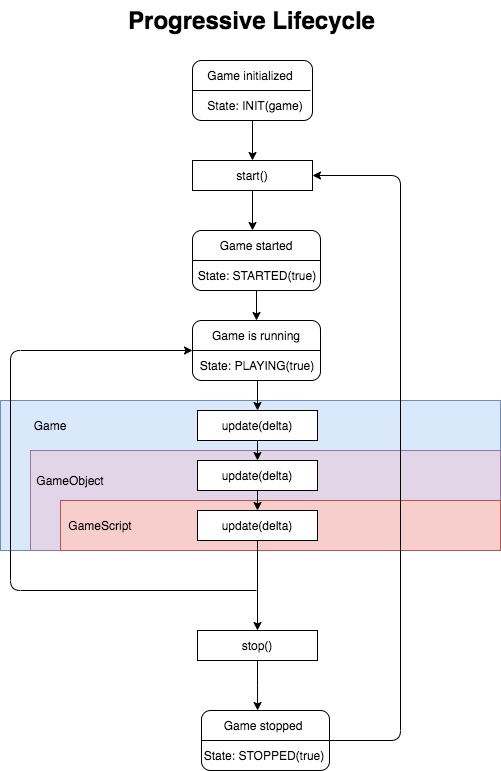
The draw.io diagram Progressive lifecycle.png in CrissNamon/progressive, before a commit. Source tidied: cells renumbered, new cells last; positions are measured from the earlier drawing's top-left corner, leaving out a move shared by most shapes.
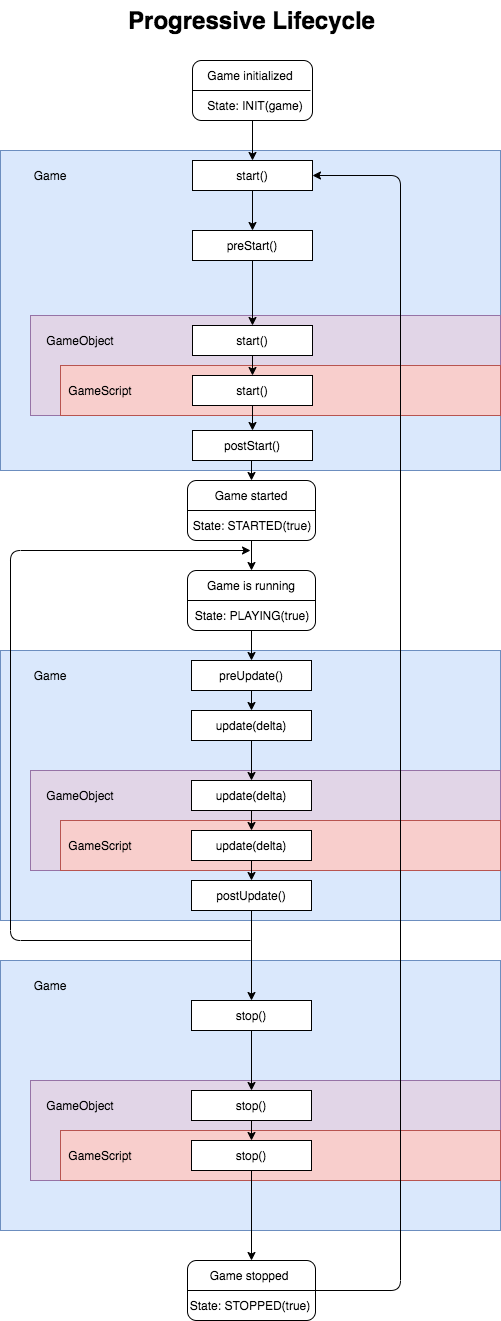
After the change.

Commit message:
Added stop() to GameObject and GameScript

Change to the diagram source:
```diff
@@ -2,14 +2,20 @@
   <root>
     <mxCell id="0" />
     <mxCell id="1" parent="0" />
+    <mxCell id="40" style="rounded=0;whiteSpace=wrap;html=1;fillColor=#dae8fc;strokeColor=#6c8ebf;" parent="1" vertex="1">
+      <mxGeometry y="960" width="500" height="270" as="geometry" />
+    </mxCell>
+    <mxCell id="41" style="rounded=0;whiteSpace=wrap;html=1;fillColor=#dae8fc;strokeColor=#6c8ebf;" parent="1" vertex="1">
+      <mxGeometry y="150" width="500" height="320" as="geometry" />
+    </mxCell>
     <mxCell id="2" style="rounded=0;whiteSpace=wrap;html=1;fillColor=#dae8fc;strokeColor=#6c8ebf;" parent="1" vertex="1">
-      <mxGeometry y="400" width="500" height="150" as="geometry" />
+      <mxGeometry y="650" width="500" height="270" as="geometry" />
     </mxCell>
     <mxCell id="3" style="rounded=0;whiteSpace=wrap;html=1;fillColor=#e1d5e7;strokeColor=#9673a6;" parent="1" vertex="1">
-      <mxGeometry x="30" y="450" width="470" height="100" as="geometry" />
+      <mxGeometry x="30" y="770" width="470" height="100" as="geometry" />
     </mxCell>
     <mxCell id="4" style="rounded=0;whiteSpace=wrap;html=1;fillColor=#f8cecc;strokeColor=#b85450;" parent="1" vertex="1">
-      <mxGeometry x="60" y="500" width="440" height="50" as="geometry" />
+      <mxGeometry x="60" y="820" width="440" height="50" as="geometry" />
     </mxCell>
     <mxCell id="5" style="rounded=1;whiteSpace=wrap;html=1;" parent="1" vertex="1">
       <mxGeometry x="192" y="60" width="120" height="60" as="geometry" />
@@ -20,31 +26,15 @@
     <mxCell id="7" style="endArrow=classic;html=1;exitX=0.5;exitY=1;exitDx=0;exitDy=0;entryX=0.5;entryY=0;entryDx=0;entryDy=0;" parent="1" edge="1" source="5" target="6">
       <mxGeometry relative="1" as="geometry" />
     </mxCell>
-    <mxCell id="8" style="endArrow=classic;html=1;exitX=0.5;exitY=1;exitDx=0;exitDy=0;entryX=0.5;entryY=0;entryDx=0;entryDy=0;" parent="1" edge="1" source="6">
-      <mxGeometry relative="1" as="geometry">
-        <mxPoint x="252" y="230" as="targetPoint" />
-      </mxGeometry>
+    <mxCell id="8" style="endArrow=classic;html=1;exitX=0.5;exitY=1;exitDx=0;exitDy=0;entryX=0.5;entryY=0;entryDx=0;entryDy=0;" parent="1" edge="1" source="6" target="44">
+      <mxGeometry relative="1" as="geometry" />
     </mxCell>
-    <mxCell id="9" style="edgeStyle=orthogonalEdgeStyle;rounded=0;jettySize=auto;html=1;exitX=0.5;exitY=1;exitDx=0;exitDy=0;entryX=0.5;entryY=0;entryDx=0;entryDy=0;" parent="1" edge="1" source="10" target="34">
-      <mxGeometry relative="1" as="geometry" />
-    </mxCell>
+    <mxCell id="42" style="edgeStyle=orthogonalEdgeStyle;rounded=0;jettySize=auto;html=1;exitX=0.5;exitY=1;exitDx=0;exitDy=0;entryX=0.5;entryY=0;entryDx=0;entryDy=0;" parent="1" edge="1" source="10" target="58">
+      <mxGeometry relative="1" as="geometry" />
+    </mxCell>
-    <mxCell id="10" value="update(delta)" style="rounded=0;whiteSpace=wrap;html=1;" parent="1" vertex="1">
-      <mxGeometry x="197" y="410" width="120" height="30" as="geometry" />
+    <mxCell id="10" value="preUpdate()" style="rounded=0;whiteSpace=wrap;html=1;" parent="1" vertex="1">
+      <mxGeometry x="191" y="660" width="120" height="30" as="geometry" />
     </mxCell>
-    <mxCell id="11" style="edgeStyle=orthogonalEdgeStyle;rounded=0;jettySize=auto;html=1;exitX=0.5;exitY=1;exitDx=0;exitDy=0;entryX=0.438;entryY=0;entryDx=0;entryDy=0;entryPerimeter=0;" parent="1" edge="1" source="12" target="27">
-      <mxGeometry relative="1" as="geometry" />
-    </mxCell>
-    <mxCell id="12" value="stop()" style="rounded=0;whiteSpace=wrap;html=1;" parent="1" vertex="1">
-      <mxGeometry x="197" y="630" width="120" height="30" as="geometry" />
-    </mxCell>
-    <mxCell id="13" style="endArrow=classic;html=1;exitX=1;exitY=0.5;exitDx=0;exitDy=0;entryX=1;entryY=0.5;entryDx=0;entryDy=0;" parent="1" edge="1" source="27" target="6">
-      <mxGeometry relative="1" as="geometry">
-        <Array as="points">
-          <mxPoint x="400" y="740" />
-          <mxPoint x="400" y="175" />
-        </Array>
-      </mxGeometry>
-    </mxCell>
     <mxCell id="14" style="line;strokeWidth=1;html=1;" parent="1" vertex="1">
       <mxGeometry x="192" y="85" width="118" height="10" as="geometry" />
     </mxCell>
@@ -58,76 +48,169 @@
       <mxGeometry relative="1" as="geometry" />
     </mxCell>
     <mxCell id="18" style="rounded=1;whiteSpace=wrap;html=1;" parent="1" vertex="1">
-      <mxGeometry x="192" y="230" width="128" height="60" as="geometry" />
+      <mxGeometry x="187" y="480" width="128" height="60" as="geometry" />
     </mxCell>
     <mxCell id="19" style="line;strokeWidth=1;html=1;" parent="1" vertex="1">
-      <mxGeometry x="192" y="255" width="128" height="10" as="geometry" />
+      <mxGeometry x="187" y="505" width="128" height="10" as="geometry" />
     </mxCell>
     <mxCell id="20" value="Game started" style="text;html=1;strokeColor=none;fillColor=none;align=center;verticalAlign=middle;whiteSpace=wrap;rounded=0;" parent="1" vertex="1">
-      <mxGeometry x="201" y="235" width="110" height="20" as="geometry" />
+      <mxGeometry x="196" y="485" width="110" height="20" as="geometry" />
     </mxCell>
     <mxCell id="21" value="State: STARTED(true)" style="text;html=1;strokeColor=none;fillColor=none;align=center;verticalAlign=middle;whiteSpace=wrap;rounded=0;" parent="1" vertex="1">
-      <mxGeometry x="192" y="265" width="130" height="20" as="geometry" />
+      <mxGeometry x="187" y="515" width="130" height="20" as="geometry" />
     </mxCell>
     <mxCell id="22" style="edgeStyle=orthogonalEdgeStyle;rounded=0;jettySize=auto;html=1;exitX=0.5;exitY=1;exitDx=0;exitDy=0;entryX=0.5;entryY=0;entryDx=0;entryDy=0;" parent="1" edge="1" source="23" target="10">
       <mxGeometry relative="1" as="geometry" />
     </mxCell>
     <mxCell id="23" style="rounded=1;whiteSpace=wrap;html=1;" parent="1" vertex="1">
-      <mxGeometry x="192" y="320" width="128" height="60" as="geometry" />
+      <mxGeometry x="187" y="570" width="128" height="60" as="geometry" />
     </mxCell>
     <mxCell id="24" style="line;strokeWidth=1;html=1;" parent="1" vertex="1">
-      <mxGeometry x="192" y="345" width="128" height="10" as="geometry" />
+      <mxGeometry x="187" y="595" width="128" height="10" as="geometry" />
     </mxCell>
     <mxCell id="25" value="Game is running" style="text;html=1;strokeColor=none;fillColor=none;align=center;verticalAlign=middle;whiteSpace=wrap;rounded=0;" parent="1" vertex="1">
-      <mxGeometry x="201" y="325" width="110" height="20" as="geometry" />
+      <mxGeometry x="196" y="575" width="110" height="20" as="geometry" />
     </mxCell>
     <mxCell id="26" value="State: PLAYING(true)" style="text;html=1;strokeColor=none;fillColor=none;align=center;verticalAlign=middle;whiteSpace=wrap;rounded=0;" parent="1" vertex="1">
-      <mxGeometry x="192" y="355" width="130" height="20" as="geometry" />
+      <mxGeometry x="187" y="605" width="130" height="20" as="geometry" />
     </mxCell>
     <mxCell id="27" style="rounded=1;whiteSpace=wrap;html=1;" parent="1" vertex="1">
-      <mxGeometry x="201" y="710" width="128" height="60" as="geometry" />
+      <mxGeometry x="187" y="1260" width="128" height="60" as="geometry" />
     </mxCell>
     <mxCell id="28" style="line;strokeWidth=1;html=1;" parent="1" vertex="1">
-      <mxGeometry x="201" y="735" width="128" height="10" as="geometry" />
+      <mxGeometry x="187" y="1285" width="128" height="10" as="geometry" />
     </mxCell>
     <mxCell id="29" value="Game stopped" style="text;html=1;strokeColor=none;fillColor=none;align=center;verticalAlign=middle;whiteSpace=wrap;rounded=0;" parent="1" vertex="1">
-      <mxGeometry x="208" y="715" width="110" height="20" as="geometry" />
+      <mxGeometry x="194" y="1265" width="110" height="20" as="geometry" />
     </mxCell>
     <mxCell id="30" value="State: STOPPED(true)" style="text;html=1;strokeColor=none;fillColor=none;align=center;verticalAlign=middle;whiteSpace=wrap;rounded=0;" parent="1" vertex="1">
-      <mxGeometry x="199" y="745" width="130" height="20" as="geometry" />
+      <mxGeometry x="185" y="1295" width="130" height="20" as="geometry" />
     </mxCell>
     <mxCell id="31" value="Progressive Lifecycle" style="text;strokeColor=none;fillColor=none;html=1;fontSize=24;fontStyle=1;verticalAlign=middle;align=center;" parent="1" vertex="1">
       <mxGeometry x="201" width="100" height="40" as="geometry" />
     </mxCell>
     <mxCell id="32" value="Game" style="text;html=1;strokeColor=none;fillColor=none;align=center;verticalAlign=middle;whiteSpace=wrap;rounded=0;" parent="1" vertex="1">
-      <mxGeometry x="30" y="415" width="40" height="20" as="geometry" />
+      <mxGeometry x="30" y="665" width="40" height="20" as="geometry" />
     </mxCell>
     <mxCell id="33" style="edgeStyle=orthogonalEdgeStyle;rounded=0;jettySize=auto;html=1;exitX=0.5;exitY=1;exitDx=0;exitDy=0;entryX=0.5;entryY=0;entryDx=0;entryDy=0;" parent="1" edge="1" source="34" target="37">
       <mxGeometry relative="1" as="geometry" />
     </mxCell>
     <mxCell id="34" value="update(delta)" style="rounded=0;whiteSpace=wrap;html=1;" parent="1" vertex="1">
-      <mxGeometry x="197" y="460" width="120" height="30" as="geometry" />
+      <mxGeometry x="191" y="780" width="120" height="30" as="geometry" />
     </mxCell>
     <mxCell id="35" value="GameObject" style="text;html=1;strokeColor=none;fillColor=none;align=center;verticalAlign=middle;whiteSpace=wrap;rounded=0;" parent="1" vertex="1">
-      <mxGeometry x="50" y="470" width="40" height="20" as="geometry" />
+      <mxGeometry x="60" y="785" width="40" height="20" as="geometry" />
     </mxCell>
-    <mxCell id="36" style="edgeStyle=orthogonalEdgeStyle;rounded=0;jettySize=auto;html=1;exitX=0.5;exitY=1;exitDx=0;exitDy=0;entryX=0.5;entryY=0;entryDx=0;entryDy=0;" parent="1" edge="1" source="37" target="12">
-      <mxGeometry relative="1" as="geometry" />
-    </mxCell>
+    <mxCell id="43" style="edgeStyle=orthogonalEdgeStyle;rounded=0;jettySize=auto;html=1;exitX=0.5;exitY=1;exitDx=0;exitDy=0;entryX=0.5;entryY=0;entryDx=0;entryDy=0;" parent="1" edge="1" source="37" target="61">
+      <mxGeometry relative="1" as="geometry" />
+    </mxCell>
     <mxCell id="37" value="update(delta)" style="rounded=0;whiteSpace=wrap;html=1;" parent="1" vertex="1">
-      <mxGeometry x="197" y="510" width="120" height="30" as="geometry" />
+      <mxGeometry x="191" y="830" width="120" height="30" as="geometry" />
     </mxCell>
     <mxCell id="38" value="GameScript" style="text;html=1;strokeColor=none;fillColor=none;align=center;verticalAlign=middle;whiteSpace=wrap;rounded=0;" parent="1" vertex="1">
-      <mxGeometry x="80" y="515" width="40" height="20" as="geometry" />
+      <mxGeometry x="80" y="835" width="40" height="20" as="geometry" />
     </mxCell>
-    <mxCell id="39" style="endArrow=classic;html=1;entryX=0;entryY=0.5;entryDx=0;entryDy=0;" parent="1" edge="1" target="23">
-      <mxGeometry relative="1" as="geometry">
-        <mxPoint x="256" y="590" as="sourcePoint" />
-        <Array as="points">
-          <mxPoint x="10" y="590" />
-          <mxPoint x="10" y="350" />
-        </Array>
-      </mxGeometry>
-    </mxCell>
+    <mxCell id="44" value="preStart()" style="rounded=0;whiteSpace=wrap;html=1;" parent="1" vertex="1">
+      <mxGeometry x="192" y="230" width="120" height="30" as="geometry" />
+    </mxCell>
+    <mxCell id="45" style="edgeStyle=orthogonalEdgeStyle;rounded=0;jettySize=auto;html=1;exitX=0.5;exitY=1;exitDx=0;exitDy=0;entryX=0.5;entryY=0;entryDx=0;entryDy=0;" parent="1" edge="1" source="46" target="18">
+      <mxGeometry relative="1" as="geometry" />
+    </mxCell>
+    <mxCell id="46" value="postStart()" style="rounded=0;whiteSpace=wrap;html=1;" parent="1" vertex="1">
+      <mxGeometry x="192" y="430" width="120" height="30" as="geometry" />
+    </mxCell>
+    <mxCell id="47" style="rounded=0;whiteSpace=wrap;html=1;fillColor=#e1d5e7;strokeColor=#9673a6;" parent="1" vertex="1">
+      <mxGeometry x="30" y="315" width="470" height="100" as="geometry" />
+    </mxCell>
+    <mxCell id="48" style="rounded=0;whiteSpace=wrap;html=1;fillColor=#f8cecc;strokeColor=#b85450;" parent="1" vertex="1">
+      <mxGeometry x="60" y="365" width="440" height="50" as="geometry" />
+    </mxCell>
+    <mxCell id="49" value="Game" style="text;html=1;strokeColor=none;fillColor=none;align=center;verticalAlign=middle;whiteSpace=wrap;rounded=0;" parent="1" vertex="1">
+      <mxGeometry x="30" y="165" width="40" height="20" as="geometry" />
+    </mxCell>
+    <mxCell id="50" style="edgeStyle=orthogonalEdgeStyle;rounded=0;jettySize=auto;html=1;exitX=0.5;exitY=1;exitDx=0;exitDy=0;entryX=0.5;entryY=0;entryDx=0;entryDy=0;" parent="1" edge="1" source="51" target="54">
+      <mxGeometry relative="1" as="geometry" />
+    </mxCell>
+    <mxCell id="51" value="start()" style="rounded=0;whiteSpace=wrap;html=1;" parent="1" vertex="1">
+      <mxGeometry x="192" y="325" width="120" height="30" as="geometry" />
+    </mxCell>
+    <mxCell id="52" value="GameObject" style="text;html=1;strokeColor=none;fillColor=none;align=center;verticalAlign=middle;whiteSpace=wrap;rounded=0;" parent="1" vertex="1">
+      <mxGeometry x="60" y="330" width="40" height="20" as="geometry" />
+    </mxCell>
+    <mxCell id="53" style="edgeStyle=orthogonalEdgeStyle;rounded=0;jettySize=auto;html=1;exitX=0.5;exitY=1;exitDx=0;exitDy=0;entryX=0.5;entryY=0;entryDx=0;entryDy=0;" parent="1" edge="1" source="54" target="46">
+      <mxGeometry relative="1" as="geometry" />
+    </mxCell>
+    <mxCell id="54" value="start()" style="rounded=0;whiteSpace=wrap;html=1;" parent="1" vertex="1">
+      <mxGeometry x="192" y="375" width="120" height="30" as="geometry" />
+    </mxCell>
+    <mxCell id="55" value="GameScript" style="text;html=1;strokeColor=none;fillColor=none;align=center;verticalAlign=middle;whiteSpace=wrap;rounded=0;" parent="1" vertex="1">
+      <mxGeometry x="80" y="380" width="40" height="20" as="geometry" />
+    </mxCell>
+    <mxCell id="56" style="edgeStyle=orthogonalEdgeStyle;rounded=0;jettySize=auto;html=1;exitX=0.5;exitY=1;exitDx=0;exitDy=0;entryX=0.5;entryY=0;entryDx=0;entryDy=0;" parent="1" edge="1" source="44" target="51">
+      <mxGeometry relative="1" as="geometry" />
+    </mxCell>
+    <mxCell id="57" style="edgeStyle=orthogonalEdgeStyle;rounded=0;jettySize=auto;html=1;exitX=0.5;exitY=1;exitDx=0;exitDy=0;entryX=0.5;entryY=0;entryDx=0;entryDy=0;" parent="1" edge="1" source="58" target="34">
+      <mxGeometry relative="1" as="geometry" />
+    </mxCell>
+    <mxCell id="58" value="update(delta)" style="rounded=0;whiteSpace=wrap;html=1;" parent="1" vertex="1">
+      <mxGeometry x="191" y="710" width="120" height="30" as="geometry" />
+    </mxCell>
+    <mxCell id="59" style="endArrow=classic;html=1;" parent="1" edge="1">
+      <mxGeometry relative="1" as="geometry">
+        <mxPoint x="250" y="940" as="sourcePoint" />
+        <mxPoint x="250" y="550" as="targetPoint" />
+        <Array as="points">
+          <mxPoint x="10" y="940" />
+          <mxPoint x="10" y="550" />
+        </Array>
+      </mxGeometry>
+    </mxCell>
+    <mxCell id="60" style="edgeStyle=orthogonalEdgeStyle;rounded=0;jettySize=auto;html=1;exitX=0.5;exitY=1;exitDx=0;exitDy=0;entryX=0.5;entryY=0;entryDx=0;entryDy=0;" parent="1" edge="1" source="61" target="65">
+      <mxGeometry relative="1" as="geometry" />
+    </mxCell>
+    <mxCell id="61" value="postUpdate()" style="rounded=0;whiteSpace=wrap;html=1;" parent="1" vertex="1">
+      <mxGeometry x="191" y="880" width="120" height="30" as="geometry" />
+    </mxCell>
+    <mxCell id="62" style="rounded=0;whiteSpace=wrap;html=1;fillColor=#e1d5e7;strokeColor=#9673a6;" parent="1" vertex="1">
+      <mxGeometry x="30" y="1080" width="470" height="100" as="geometry" />
+    </mxCell>
+    <mxCell id="63" style="rounded=0;whiteSpace=wrap;html=1;fillColor=#f8cecc;strokeColor=#b85450;" parent="1" vertex="1">
+      <mxGeometry x="60" y="1130" width="440" height="50" as="geometry" />
+    </mxCell>
+    <mxCell id="64" style="edgeStyle=orthogonalEdgeStyle;rounded=0;jettySize=auto;html=1;exitX=0.5;exitY=1;exitDx=0;exitDy=0;entryX=0.5;entryY=0;entryDx=0;entryDy=0;" parent="1" edge="1" source="65" target="68">
+      <mxGeometry relative="1" as="geometry" />
+    </mxCell>
+    <mxCell id="65" value="stop()" style="rounded=0;whiteSpace=wrap;html=1;" parent="1" vertex="1">
+      <mxGeometry x="191" y="1000" width="120" height="30" as="geometry" />
+    </mxCell>
+    <mxCell id="66" value="Game" style="text;html=1;strokeColor=none;fillColor=none;align=center;verticalAlign=middle;whiteSpace=wrap;rounded=0;" parent="1" vertex="1">
+      <mxGeometry x="30" y="975" width="40" height="20" as="geometry" />
+    </mxCell>
+    <mxCell id="67" style="edgeStyle=orthogonalEdgeStyle;rounded=0;jettySize=auto;html=1;exitX=0.5;exitY=1;exitDx=0;exitDy=0;entryX=0.5;entryY=0;entryDx=0;entryDy=0;" parent="1" edge="1" source="68" target="71">
+      <mxGeometry relative="1" as="geometry" />
+    </mxCell>
+    <mxCell id="68" value="stop()" style="rounded=0;whiteSpace=wrap;html=1;" parent="1" vertex="1">
+      <mxGeometry x="191" y="1090" width="120" height="30" as="geometry" />
+    </mxCell>
+    <mxCell id="69" value="GameObject" style="text;html=1;strokeColor=none;fillColor=none;align=center;verticalAlign=middle;whiteSpace=wrap;rounded=0;" parent="1" vertex="1">
+      <mxGeometry x="60" y="1095" width="40" height="20" as="geometry" />
+    </mxCell>
+    <mxCell id="70" style="edgeStyle=orthogonalEdgeStyle;rounded=0;jettySize=auto;html=1;exitX=0.5;exitY=1;exitDx=0;exitDy=0;entryX=0.5;entryY=0;entryDx=0;entryDy=0;" parent="1" edge="1" source="71" target="27">
+      <mxGeometry relative="1" as="geometry" />
+    </mxCell>
+    <mxCell id="71" value="stop()" style="rounded=0;whiteSpace=wrap;html=1;" parent="1" vertex="1">
+      <mxGeometry x="191" y="1140" width="120" height="30" as="geometry" />
+    </mxCell>
+    <mxCell id="72" value="GameScript" style="text;html=1;strokeColor=none;fillColor=none;align=center;verticalAlign=middle;whiteSpace=wrap;rounded=0;" parent="1" vertex="1">
+      <mxGeometry x="80" y="1145" width="40" height="20" as="geometry" />
+    </mxCell>
+    <mxCell id="13" style="endArrow=classic;html=1;exitX=1;exitY=0.5;exitDx=0;exitDy=0;entryX=1;entryY=0.5;entryDx=0;entryDy=0;" parent="1" edge="1" source="27" target="6">
+      <mxGeometry relative="1" as="geometry">
+        <Array as="points">
+          <mxPoint x="400" y="1290" />
+          <mxPoint x="400" y="175" />
+        </Array>
+      </mxGeometry>
+    </mxCell>
   </root>
 </mxGraphModel>
```
